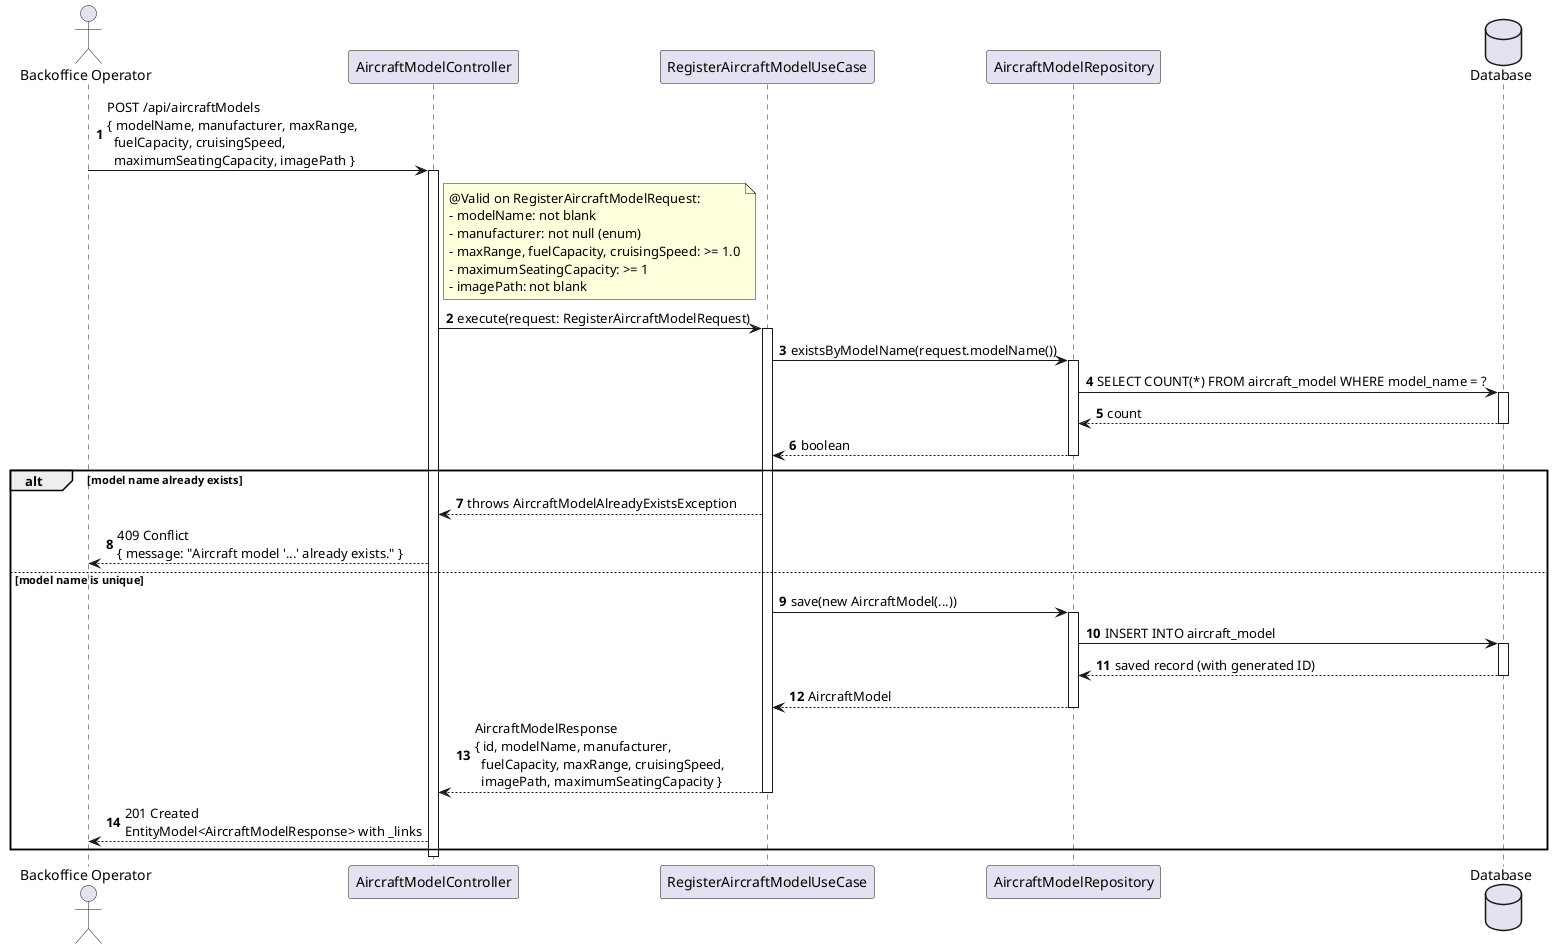
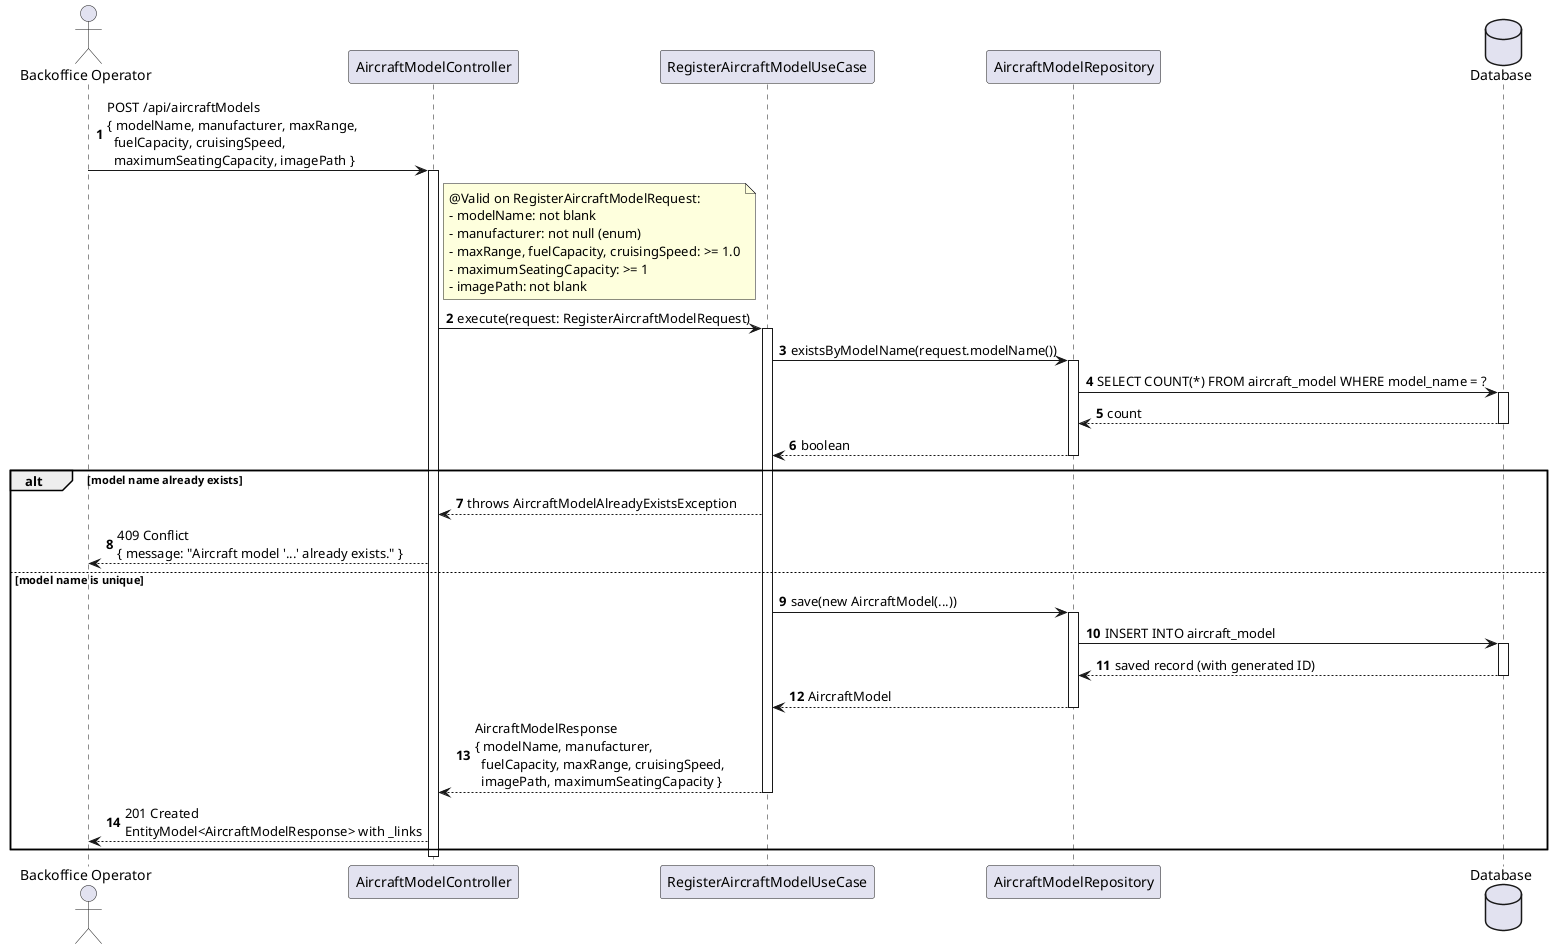
@startuml
autonumber
actor "Backoffice Operator" as BO
participant "AircraftModelController" as Ctrl
participant "RegisterAircraftModelUseCase" as UC
participant "AircraftModelRepository" as Repo
database "Database" as DB

BO -> Ctrl : POST /api/aircraftModels\n{ modelName, manufacturer, maxRange,\n  fuelCapacity, cruisingSpeed,\n  maximumSeatingCapacity, imagePath }
activate Ctrl

note right of Ctrl
  @Valid on RegisterAircraftModelRequest:
  - modelName: not blank
  - manufacturer: not null (enum)
  - maxRange, fuelCapacity, cruisingSpeed: >= 1.0
  - maximumSeatingCapacity: >= 1
  - imagePath: not blank
end note

Ctrl -> UC : execute(request: RegisterAircraftModelRequest)
activate UC

UC -> Repo : existsByModelName(request.modelName())
activate Repo
Repo -> DB : SELECT COUNT(*) FROM aircraft_model WHERE model_name = ?
activate DB
DB --> Repo : count
deactivate DB
Repo --> UC : boolean
deactivate Repo

alt model name already exists
  UC --> Ctrl : throws AircraftModelAlreadyExistsException
  Ctrl --> BO : 409 Conflict\n{ message: "Aircraft model '...' already exists." }
else model name is unique
  UC -> Repo : save(new AircraftModel(...))
  activate Repo
  Repo -> DB : INSERT INTO aircraft_model
  activate DB
  DB --> Repo : saved record (with generated ID)
  deactivate DB
  Repo --> UC : AircraftModel
  deactivate Repo

-   UC --> Ctrl : AircraftModelResponse\n{ id, modelName, manufacturer,\n  fuelCapacity, maxRange, cruisingSpeed,\n  imagePath, maximumSeatingCapacity }
+   UC --> Ctrl : AircraftModelResponse\n{ modelName, manufacturer,\n  fuelCapacity, maxRange, cruisingSpeed,\n  imagePath, maximumSeatingCapacity }
  deactivate UC
  Ctrl --> BO : 201 Created\nEntityModel<AircraftModelResponse> with _links
end

deactivate Ctrl
@enduml
